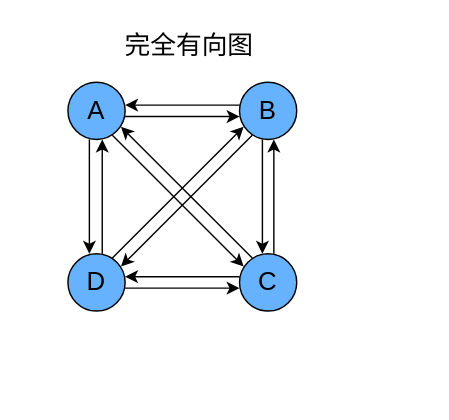
Above: files/data_structure/graph/完全有向图.drawio in weizhiqimail/draw.io.repo (draw.io), before the change. Source tidied: cells renumbered, new cells numbered last; positions are measured from the earlier drawing's top-left corner, leaving out a move shared by most shapes. Both pictures are drawn from the tidied source at 143%, with x=0, y=0 at pixel (67, 24).
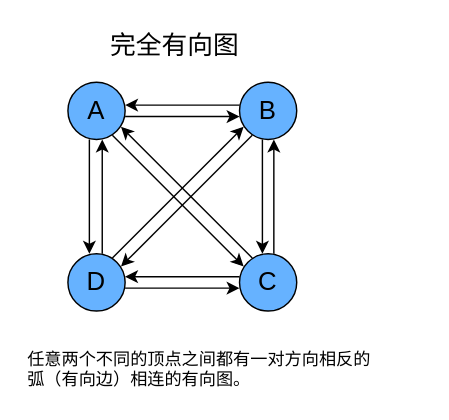
Above is the later version.

Commit message (it also covers changes not shown here):
更新完全有向图.drawio

Change to the diagram source:
```diff
@@
     <mxCell id="18" value="&lt;font style=&quot;font-size: 18px;&quot;&gt;完全有向图&lt;/font&gt;" style="text;html=1;align=center;verticalAlign=middle;whiteSpace=wrap;rounded=0;" parent="1" vertex="1">
-      <mxGeometry x="20" width="130" height="30" as="geometry" />
+      <mxGeometry x="10" width="130" height="30" as="geometry" />
     </mxCell>
+    <mxCell id="19" value="任意两个不同的顶点之间都有一对方向相反的&#10;弧（有向边）相连的有向图。" style="text;whiteSpace=wrap;" parent="1" vertex="1">
+      <mxGeometry x="-30" y="220" width="280" height="40" as="geometry" />
+    </mxCell>
```
